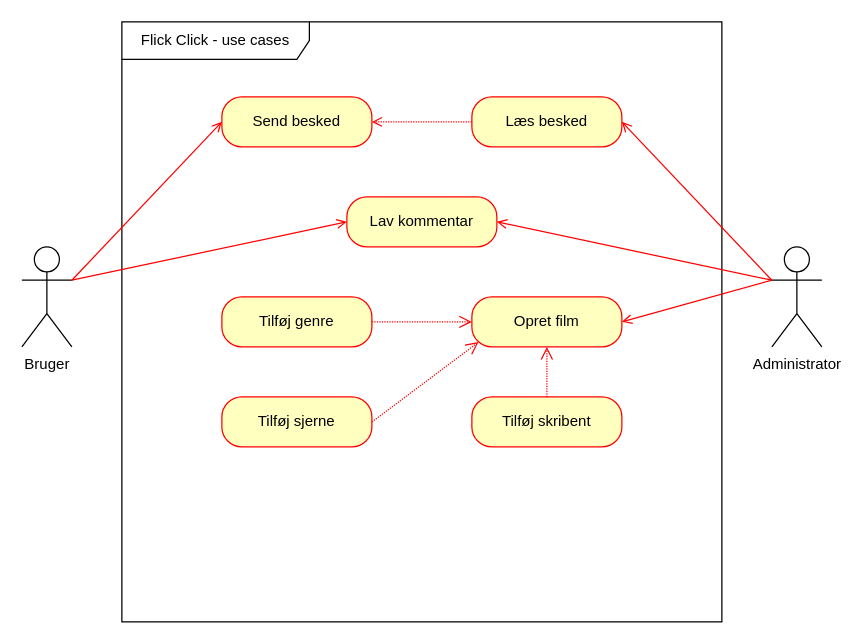
This is FlickClickUseCase.drawio from nikolailarsen01/FlickClick, a draw.io file, before an edit. Source tidied: cells renumbered, new cells numbered last; positions are measured from the earlier drawing's top-left corner, leaving out a move shared by most shapes. Both pictures are drawn from the tidied source at 125%, with x=0, y=0 at pixel (21, 21).
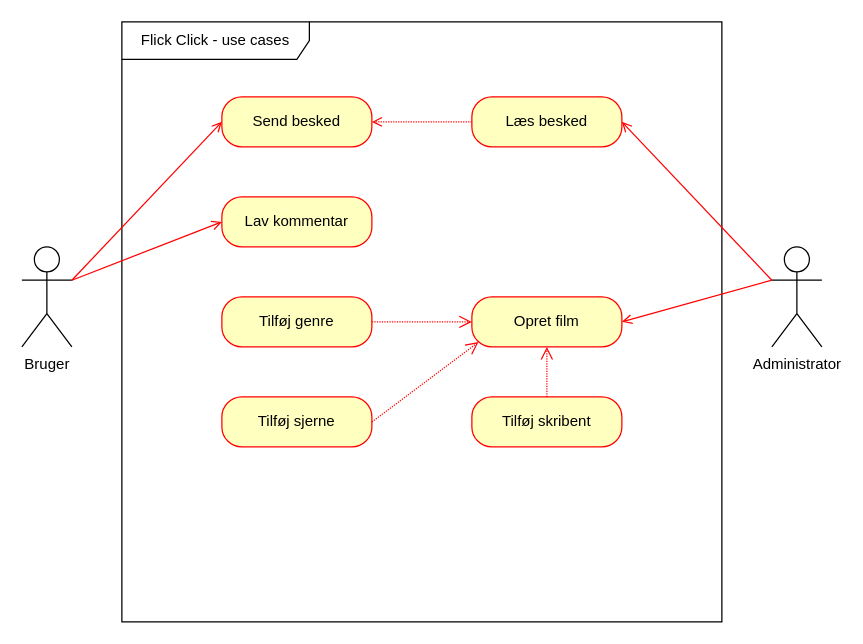
After the change.

The change refers to these unchanged cells:
```xml
<mxCell id="3" value="Administrator" style="shape=umlActor;verticalLabelPosition=bottom;verticalAlign=top;html=1;outlineConnect=0;" parent="1" vertex="1">
  <mxGeometry x="600" y="180" width="40" height="80" as="geometry" />
</mxCell>
```

What changed in the source:
```diff
@@
-    <mxCell id="10" style="edgeStyle=none;rounded=1;jettySize=auto;html=1;exitX=1;exitY=0.5;exitDx=0;exitDy=0;entryX=0;entryY=0.3333333333333333;entryDx=0;entryDy=0;entryPerimeter=0;startArrow=open;startFill=0;endArrow=none;endFill=0;strokeColor=#FF0000;" parent="1" edge="1" source="11" target="3">
-      <mxGeometry relative="1" as="geometry" />
-    </mxCell>
     <mxCell id="11" value="Lav kommentar" style="rounded=1;whiteSpace=wrap;html=1;arcSize=40;fontColor=#000000;fillColor=#ffffc0;strokeColor=#ff0000;" parent="1" vertex="1">
-      <mxGeometry x="260" y="140" width="120" height="40" as="geometry" />
+      <mxGeometry x="160" y="140" width="120" height="40" as="geometry" />
     </mxCell>
```
